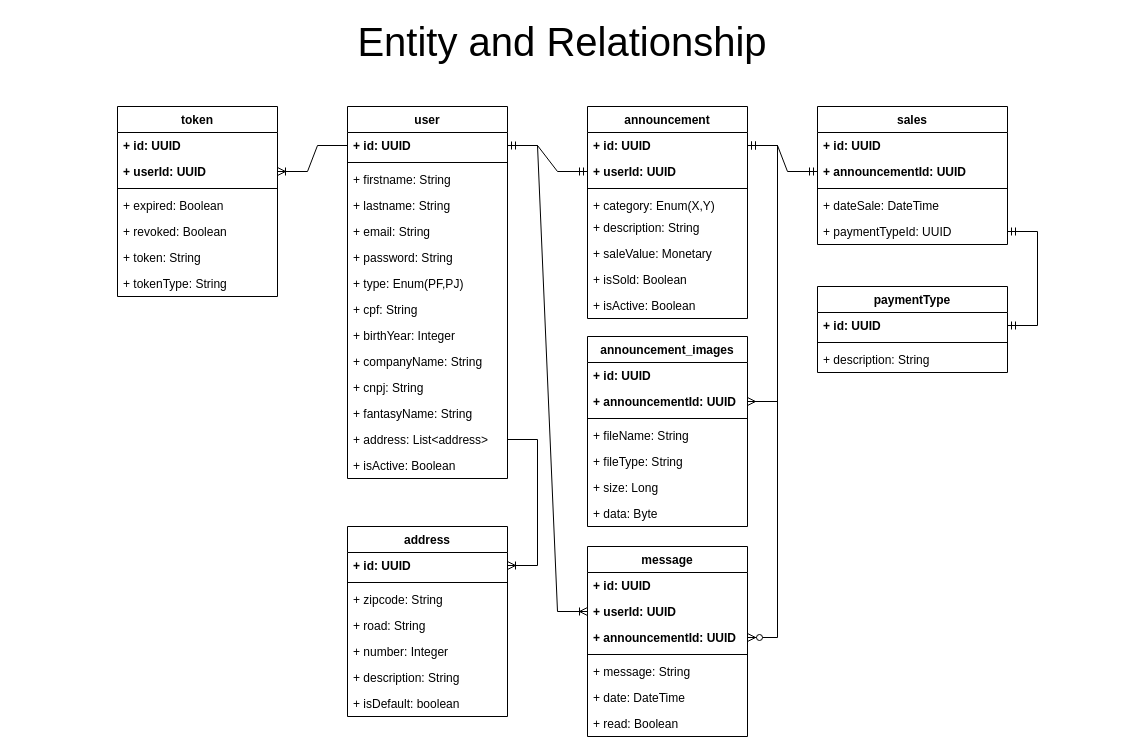
Earlier version of the draw.io diagram page "Entity And Relationship" (2 of 3) of MinasMarket.drawio (rhdesouza/MinasMarket). Source tidied: cells renumbered, new cells numbered last; positions are measured from the earlier drawing's top-left corner, leaving out a move shared by most shapes. Both pictures are drawn from the tidied source at 100%, with x=0, y=0 at pixel (17, 26).
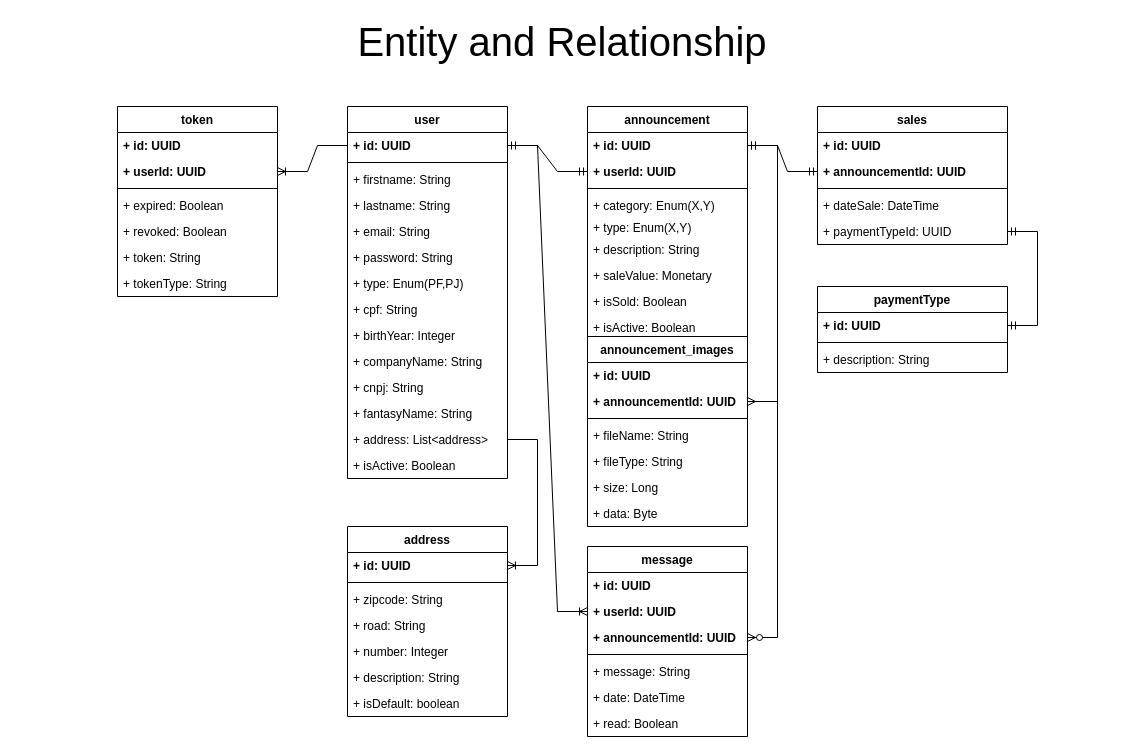
After the change.

Commit message (it also covers changes not shown here):
Add type in Announcement

The edit, as a diff of the source:
```diff
@@
     <mxCell id="57" value="announcement" style="swimlane;fontStyle=1;align=center;verticalAlign=top;horizontal=1;startSize=26;whiteSpace=wrap;html=1;rounded=0;" parent="1" vertex="1">
-      <mxGeometry x="570" y="80" width="160" height="212" as="geometry" />
+      <mxGeometry x="570" y="80" width="160" height="234" as="geometry" />
     </mxCell>
@@
+    <mxCell id="78" value="+ type: Enum(X,Y)" style="text;strokeColor=none;fillColor=none;align=left;verticalAlign=top;spacingLeft=4;spacingRight=4;overflow=hidden;whiteSpace=wrap;html=1;rounded=0;" parent="57" vertex="1">
+      <mxGeometry y="108" width="160" height="22" as="geometry" />
+    </mxCell>
     <mxCell id="62" value="+ description: String" style="text;strokeColor=none;fillColor=none;align=left;verticalAlign=top;spacingLeft=4;spacingRight=4;overflow=hidden;whiteSpace=wrap;html=1;rounded=0;" parent="57" vertex="1">
-      <mxGeometry y="108" width="160" height="26" as="geometry" />
+      <mxGeometry y="130" width="160" height="26" as="geometry" />
     </mxCell>
     <mxCell id="63" value="+&amp;nbsp;saleValue&lt;span style=&quot;background-color: initial;&quot;&gt;: Monetary&lt;br&gt;&lt;br&gt;&lt;/span&gt;" style="text;strokeColor=none;fillColor=none;align=left;verticalAlign=top;spacingLeft=4;spacingRight=4;overflow=hidden;whiteSpace=wrap;html=1;rounded=0;" parent="57" vertex="1">
-      <mxGeometry y="134" width="160" height="26" as="geometry" />
+      <mxGeometry y="156" width="160" height="26" as="geometry" />
     </mxCell>
     <mxCell id="64" value="+&amp;nbsp;isSold&lt;span style=&quot;background-color: initial;&quot;&gt;: Boolean&lt;/span&gt;" style="text;strokeColor=none;fillColor=none;align=left;verticalAlign=top;spacingLeft=4;spacingRight=4;overflow=hidden;whiteSpace=wrap;html=1;rounded=0;" parent="57" vertex="1">
-      <mxGeometry y="160" width="160" height="26" as="geometry" />
+      <mxGeometry y="182" width="160" height="26" as="geometry" />
     </mxCell>
     <mxCell id="65" value="+&amp;nbsp;isActive&lt;span style=&quot;background-color: initial;&quot;&gt;: Boolean&lt;/span&gt;" style="text;strokeColor=none;fillColor=none;align=left;verticalAlign=top;spacingLeft=4;spacingRight=4;overflow=hidden;whiteSpace=wrap;html=1;rounded=0;" parent="57" vertex="1">
-      <mxGeometry y="186" width="160" height="26" as="geometry" />
+      <mxGeometry y="208" width="160" height="26" as="geometry" />
     </mxCell>
```
